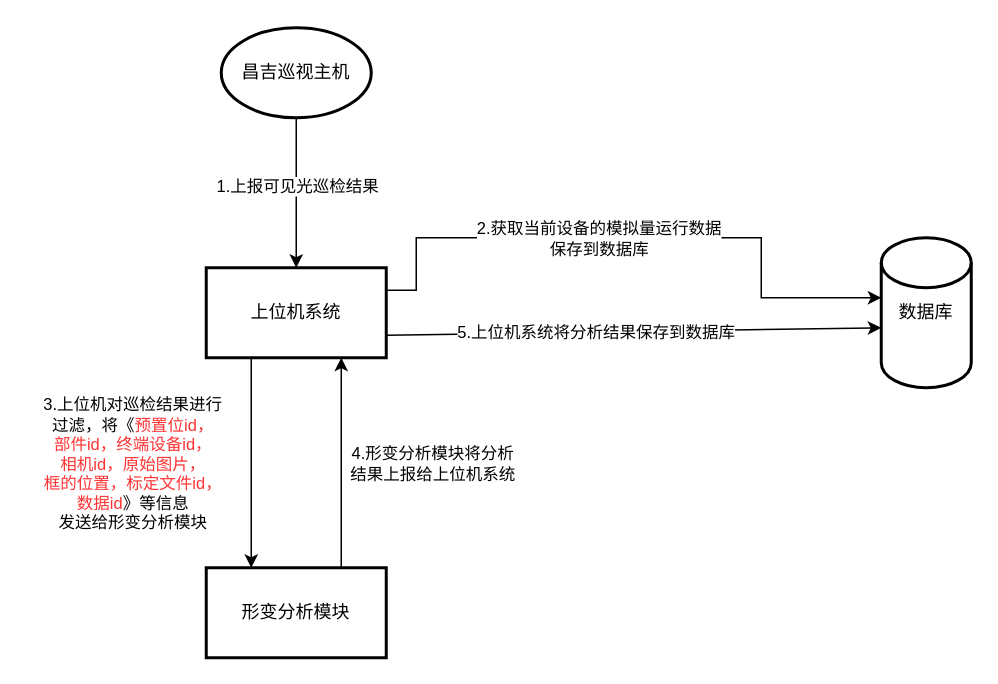
Earlier version of the draw.io diagram 昌吉形变分析流程.drawio (wangyufei0807/draw). Source tidied: cells renumbered, new cells numbered last; positions are measured from the earlier drawing's top-left corner, leaving out a move shared by most shapes. Both pictures are drawn from the tidied source at 150%, with x=0, y=0 at pixel (206, 27).
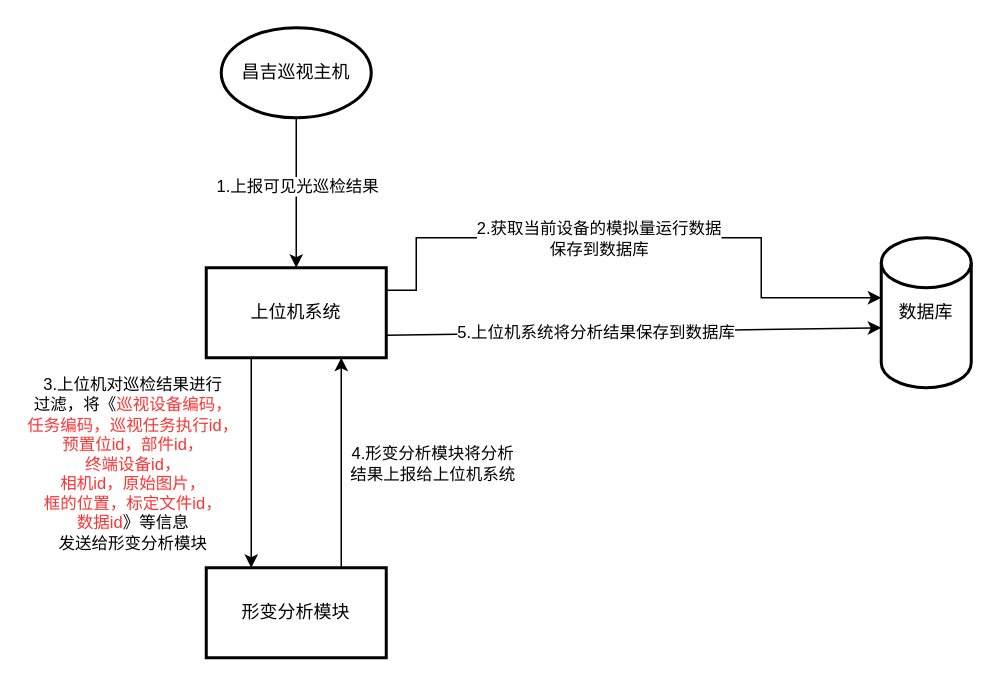
Above is the later version.

Commit message (it also covers changes not shown here):
Update 昌吉形变分析流程.drawio

The change refers to these unchanged cells:
```xml
<mxCell id="5" style="edgeStyle=orthogonalEdgeStyle;rounded=0;jettySize=auto;html=1;exitX=0.25;exitY=1;exitDx=0;exitDy=0;entryX=0.25;entryY=0;entryDx=0;entryDy=0;" parent="1" edge="1" source="11" target="14">
  <mxGeometry relative="1" as="geometry" />
</mxCell>
```

The edit, as a diff of the source:
```diff
@@
-    <mxCell id="6" value="3.上位机对巡检结果进行&lt;br&gt;过滤，将《&lt;font color=&quot;#ff3333&quot;&gt;预置位id，&lt;br&gt;部件id，终端设备id，&lt;br&gt;相机id，原始图片，&lt;br&gt;框的位置，标定文件id，&lt;br&gt;数据id&lt;/font&gt;》等信息&lt;br&gt;发送给形变分析模块" style="edgeLabel;html=1;align=center;verticalAlign=middle;" parent="5" vertex="1">
+    <mxCell id="6" value="3.上位机对巡检结果进行&lt;br&gt;过滤，将《&lt;font color=&quot;#ff3333&quot;&gt;巡视设备编码，&lt;br&gt;任务编码，巡视任务执行id，&lt;br&gt;预置位id，部件id，&lt;br&gt;终端设备id，&lt;br&gt;相机id，原始图片，&lt;br&gt;框的位置，标定文件id，&lt;br&gt;数据id&lt;/font&gt;》等信息&lt;br&gt;发送给形变分析模块" style="edgeLabel;html=1;align=center;verticalAlign=middle;" parent="5" vertex="1">
       <mxGeometry x="-0.07" relative="1" as="geometry">
         <mxPoint x="-80" y="5" as="offset" />
       </mxGeometry>
     </mxCell>
```
